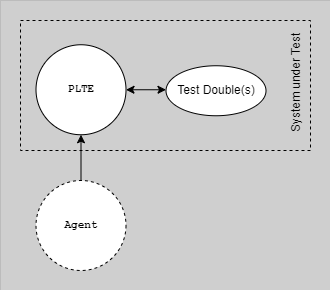
Earlier version of the draw.io export docs/assets/testing/env-l3.drawio.png (ready-to-release/eac). Source tidied: cells renumbered, new cells last; positions are measured from the earlier drawing's top-left corner, leaving out a move shared by most shapes. Its diagram source:
```xml
<mxGraphModel background="#CFCFCF">
  <root>
    <mxCell id="0" />
    <mxCell id="1" parent="0" />
    <mxCell id="2" style="group;strokeColor=#616161;dashed=1;dashPattern=12 12;strokeWidth=0;" parent="1" vertex="1">
      <mxGeometry width="330" height="290" as="geometry" />
    </mxCell>
    <mxCell id="3" value="PLTE" style="ellipse;whiteSpace=wrap;html=1;strokeColor=default;fontSize=11;fontStyle=1;fontFamily=Courier New;" parent="1" vertex="1">
      <mxGeometry x="35.5" y="44.2" width="90" height="90" as="geometry" />
    </mxCell>
    <mxCell id="4" style="endArrow=classic;html=1;rounded=0;exitX=1;exitY=0.5;exitDx=0;exitDy=0;startArrow=classic;startFill=1;" parent="1" edge="1" source="3">
      <mxGeometry relative="1" as="geometry">
        <mxPoint x="165.5" y="89.2" as="targetPoint" />
      </mxGeometry>
    </mxCell>
    <mxCell id="5" value="Test Double(s)" style="ellipse;whiteSpace=wrap;html=1;" parent="1" vertex="1">
      <mxGeometry x="165.5" y="65.2" width="100" height="50" as="geometry" />
    </mxCell>
    <mxCell id="6" style="group;strokeColor=#000000;dashed=1;strokeWidth=1;" parent="1" vertex="1">
      <mxGeometry x="20" y="20" width="290" height="130" as="geometry" />
    </mxCell>
    <mxCell id="7" value="System under Test" style="text;html=1;strokeColor=none;fillColor=none;align=center;verticalAlign=middle;whiteSpace=wrap;rounded=0;rotation=-90;" parent="1" vertex="1">
      <mxGeometry x="230" y="72.5" width="130" height="20" as="geometry" />
    </mxCell>
    <mxCell id="8" value="Agent" style="ellipse;whiteSpace=wrap;html=1;strokeColor=default;fontSize=11;fontStyle=1;fontFamily=Courier New;dashed=1;" parent="1" vertex="1">
      <mxGeometry x="35.5" y="180" width="90" height="90" as="geometry" />
    </mxCell>
    <mxCell id="9" style="endArrow=classic;html=1;rounded=0;exitX=0.5;exitY=0;exitDx=0;exitDy=0;entryX=0.5;entryY=1;entryDx=0;entryDy=0;" parent="1" edge="1" source="8" target="3">
      <mxGeometry relative="1" as="geometry" />
    </mxCell>
  </root>
</mxGraphModel>
```
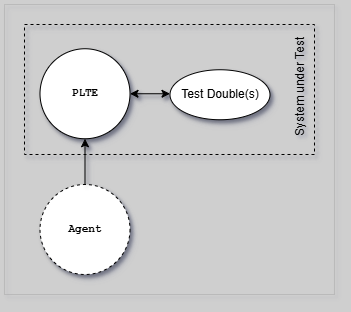
The same file after the commit.

The edit, as a diff of the source:
```diff
@@ -1,31 +1,31 @@
-<mxGraphModel background="#CFCFCF">
+<mxGraphModel background="#CFCFCF" shadow="1">
   <root>
     <mxCell id="0" />
     <mxCell id="1" parent="0" />
-    <mxCell id="2" style="group;strokeColor=#616161;dashed=1;dashPattern=12 12;strokeWidth=0;" parent="1" vertex="1">
+    <mxCell id="2" style="group;strokeColor=#616161;dashed=1;dashPattern=12 12;strokeWidth=0;shadow=1;" parent="1" vertex="1">
       <mxGeometry width="330" height="290" as="geometry" />
     </mxCell>
-    <mxCell id="3" value="PLTE" style="ellipse;whiteSpace=wrap;html=1;strokeColor=default;fontSize=11;fontStyle=1;fontFamily=Courier New;" parent="1" vertex="1">
+    <mxCell id="3" value="PLTE" style="ellipse;whiteSpace=wrap;html=1;strokeColor=default;fontSize=11;fontStyle=1;fontFamily=Courier New;shadow=1;" parent="1" vertex="1">
       <mxGeometry x="35.5" y="44.2" width="90" height="90" as="geometry" />
     </mxCell>
-    <mxCell id="4" style="endArrow=classic;html=1;rounded=0;exitX=1;exitY=0.5;exitDx=0;exitDy=0;startArrow=classic;startFill=1;" parent="1" edge="1" source="3">
+    <mxCell id="4" style="endArrow=classic;html=1;rounded=0;exitX=1;exitY=0.5;exitDx=0;exitDy=0;startArrow=classic;startFill=1;shadow=1;" parent="1" edge="1" source="3">
       <mxGeometry relative="1" as="geometry">
         <mxPoint x="165.5" y="89.2" as="targetPoint" />
       </mxGeometry>
     </mxCell>
-    <mxCell id="5" value="Test Double(s)" style="ellipse;whiteSpace=wrap;html=1;" parent="1" vertex="1">
+    <mxCell id="5" value="Test Double(s)" style="ellipse;whiteSpace=wrap;html=1;shadow=1;" parent="1" vertex="1">
       <mxGeometry x="165.5" y="65.2" width="100" height="50" as="geometry" />
     </mxCell>
-    <mxCell id="6" style="group;strokeColor=#000000;dashed=1;strokeWidth=1;" parent="1" vertex="1">
+    <mxCell id="6" style="group;strokeColor=#000000;dashed=1;strokeWidth=1;shadow=1;" parent="1" vertex="1">
       <mxGeometry x="20" y="20" width="290" height="130" as="geometry" />
     </mxCell>
-    <mxCell id="7" value="System under Test" style="text;html=1;strokeColor=none;fillColor=none;align=center;verticalAlign=middle;whiteSpace=wrap;rounded=0;rotation=-90;" parent="1" vertex="1">
+    <mxCell id="7" value="System under Test" style="text;html=1;strokeColor=none;fillColor=none;align=center;verticalAlign=middle;whiteSpace=wrap;rounded=0;rotation=-90;shadow=1;" parent="1" vertex="1">
       <mxGeometry x="230" y="72.5" width="130" height="20" as="geometry" />
     </mxCell>
-    <mxCell id="8" value="Agent" style="ellipse;whiteSpace=wrap;html=1;strokeColor=default;fontSize=11;fontStyle=1;fontFamily=Courier New;dashed=1;" parent="1" vertex="1">
+    <mxCell id="8" value="Agent" style="ellipse;whiteSpace=wrap;html=1;strokeColor=default;fontSize=11;fontStyle=1;fontFamily=Courier New;dashed=1;shadow=1;" parent="1" vertex="1">
       <mxGeometry x="35.5" y="180" width="90" height="90" as="geometry" />
     </mxCell>
-    <mxCell id="9" style="endArrow=classic;html=1;rounded=0;exitX=0.5;exitY=0;exitDx=0;exitDy=0;entryX=0.5;entryY=1;entryDx=0;entryDy=0;" parent="1" edge="1" source="8" target="3">
+    <mxCell id="9" style="endArrow=classic;html=1;rounded=0;exitX=0.5;exitY=0;exitDx=0;exitDy=0;entryX=0.5;entryY=1;entryDx=0;entryDy=0;shadow=1;" parent="1" edge="1" source="8" target="3">
       <mxGeometry relative="1" as="geometry" />
     </mxCell>
   </root>
```
